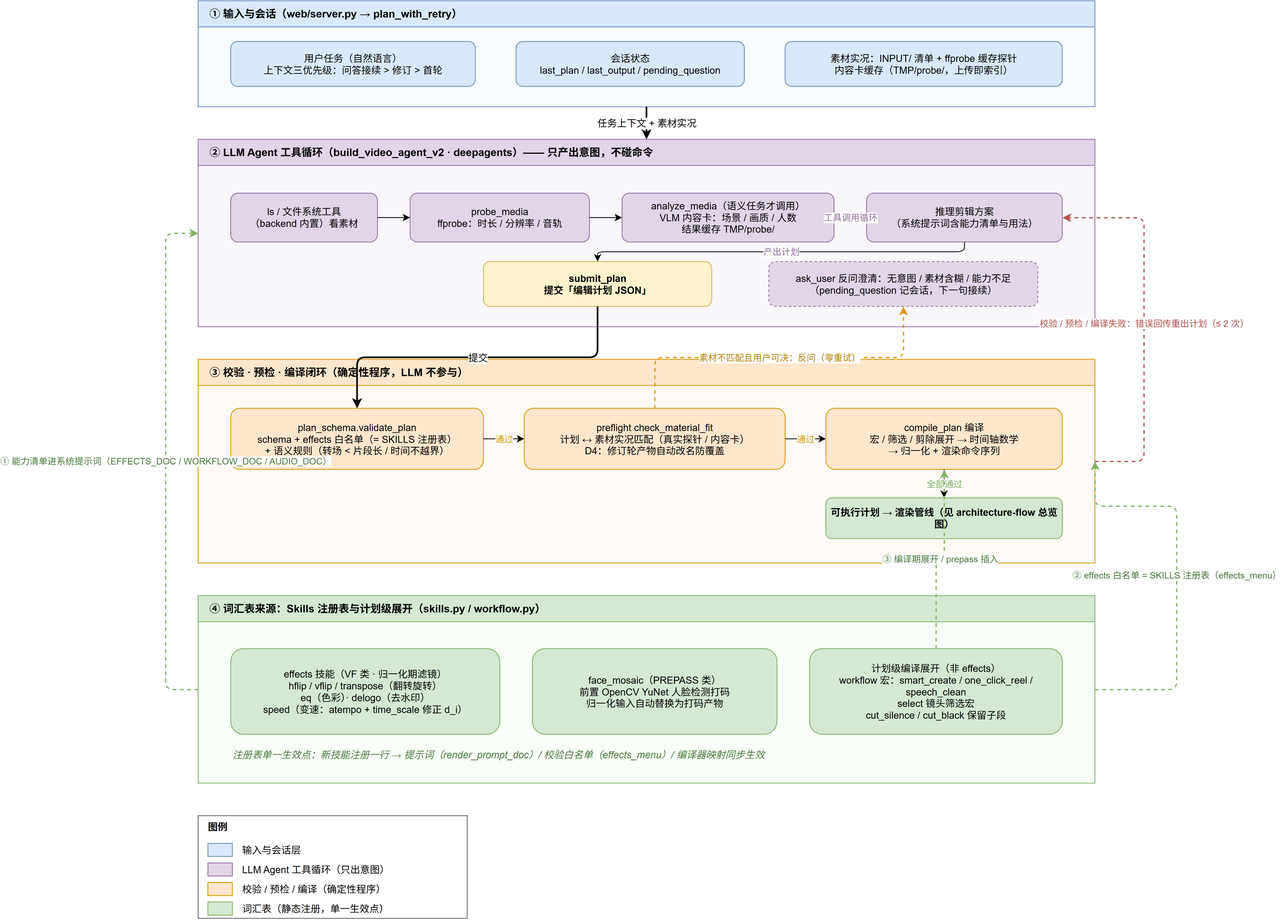
Before: docs/architecture-plan-generation.png, a diagram exported from draw.io (CoderPro-young/SmartTrimAgent-). Source tidied: cells renumbered, new cells last; positions are measured from the earlier drawing's top-left corner, leaving out a move shared by most shapes. The source it was exported from:
```xml
<mxGraphModel>
  <root>
    <mxCell id="0" />
    <mxCell id="1" parent="0" />
    <mxCell id="2" value="① 输入与会话（web/server.py → plan_with_retry）" style="swimlane;startSize=32;html=1;fillColor=#dae8fc;strokeColor=#6c8ebf;swimlaneFillColor=#f8fbff;fontStyle=1;fontSize=13;verticalAlign=middle;align=left;spacingLeft=12;" parent="1" vertex="1">
      <mxGeometry x="40" width="1100" height="130" as="geometry" />
    </mxCell>
    <mxCell id="3" value="用户任务（自然语言）&#10;上下文三优先级：问答接续 &gt; 修订 &gt; 首轮" style="rounded=1;whiteSpace=wrap;html=1;fillColor=#dae8fc;strokeColor=#6c8ebf;fontSize=12;" parent="2" vertex="1">
      <mxGeometry x="40" y="50" width="300" height="55" as="geometry" />
    </mxCell>
    <mxCell id="4" value="会话状态&#10;last_plan / last_output / pending_question" style="rounded=1;whiteSpace=wrap;html=1;fillColor=#dae8fc;strokeColor=#6c8ebf;fontSize=12;" parent="2" vertex="1">
      <mxGeometry x="390" y="50" width="280" height="55" as="geometry" />
    </mxCell>
    <mxCell id="5" value="素材实况：INPUT/ 清单 + ffprobe 缓存探针&#10;内容卡缓存（TMP/probe/，上传即索引）" style="rounded=1;whiteSpace=wrap;html=1;fillColor=#dae8fc;strokeColor=#6c8ebf;fontSize=12;" parent="2" vertex="1">
      <mxGeometry x="720" y="50" width="340" height="55" as="geometry" />
    </mxCell>
    <mxCell id="6" value="② LLM Agent 工具循环（build_video_agent_v2 · deepagents）—— 只产出意图，不碰命令" style="swimlane;startSize=32;html=1;fillColor=#e1d5e7;strokeColor=#9673a6;swimlaneFillColor=#faf7fc;fontStyle=1;fontSize=13;verticalAlign=middle;align=left;spacingLeft=12;" parent="1" vertex="1">
      <mxGeometry x="40" y="170" width="1100" height="230" as="geometry" />
    </mxCell>
    <mxCell id="7" value="ls / 文件系统工具&#10;（backend 内置）看素材" style="rounded=1;whiteSpace=wrap;html=1;fillColor=#e1d5e7;strokeColor=#9673a6;fontSize=12;" parent="6" vertex="1">
      <mxGeometry x="40" y="66" width="180" height="60" as="geometry" />
    </mxCell>
    <mxCell id="8" value="probe_media&#10;ffprobe：时长 / 分辨率 / 音轨" style="rounded=1;whiteSpace=wrap;html=1;fillColor=#e1d5e7;strokeColor=#9673a6;fontSize=12;" parent="6" vertex="1">
      <mxGeometry x="260" y="66" width="220" height="60" as="geometry" />
    </mxCell>
    <mxCell id="9" value="analyze_media（语义任务才调用）&#10;VLM 内容卡：场景 / 画质 / 人数&#10;结果缓存 TMP/probe/" style="rounded=1;whiteSpace=wrap;html=1;fillColor=#e1d5e7;strokeColor=#9673a6;fontSize=12;" parent="6" vertex="1">
      <mxGeometry x="520" y="66" width="260" height="60" as="geometry" />
    </mxCell>
    <mxCell id="10" value="推理剪辑方案&#10;（系统提示词含能力清单与用法）" style="rounded=1;whiteSpace=wrap;html=1;fillColor=#e1d5e7;strokeColor=#9673a6;fontSize=12;" parent="6" vertex="1">
      <mxGeometry x="820" y="66" width="240" height="60" as="geometry" />
    </mxCell>
    <mxCell id="11" value="submit_plan&#10;提交「编辑计划 JSON」" style="rounded=1;whiteSpace=wrap;html=1;fillColor=#fff2cc;strokeColor=#d6b656;fontSize=12;fontStyle=1;" parent="6" vertex="1">
      <mxGeometry x="350" y="150" width="280" height="55" as="geometry" />
    </mxCell>
    <mxCell id="12" value="ask_user 反问澄清：无意图 / 素材含糊 / 能力不足&#10;（pending_question 记会话，下一句接续）" style="rounded=1;whiteSpace=wrap;html=1;fillColor=#e1d5e7;strokeColor=#9673a6;fontSize=12;dashed=1;" parent="6" vertex="1">
      <mxGeometry x="700" y="150" width="330" height="55" as="geometry" />
    </mxCell>
    <mxCell id="13" value="③ 校验 · 预检 · 编译闭环（确定性程序，LLM 不参与）" style="swimlane;startSize=32;html=1;fillColor=#ffe6cc;strokeColor=#d79b00;swimlaneFillColor=#fffaf5;fontStyle=1;fontSize=13;verticalAlign=middle;align=left;spacingLeft=12;" parent="1" vertex="1">
      <mxGeometry x="40" y="440" width="1100" height="250" as="geometry" />
    </mxCell>
    <mxCell id="14" value="plan_schema.validate_plan&#10;schema + effects 白名单（= SKILLS 注册表）&#10;+ 语义规则（转场 &lt; 片段长 / 时间不越界）" style="rounded=1;whiteSpace=wrap;html=1;fillColor=#ffe6cc;strokeColor=#d79b00;fontSize=12;" parent="13" vertex="1">
      <mxGeometry x="40" y="60" width="310" height="75" as="geometry" />
    </mxCell>
    <mxCell id="15" value="preflight check_material_fit&#10;计划 ↔ 素材实况匹配（真实探针 / 内容卡）&#10;D4：修订轮产物自动改名防覆盖" style="rounded=1;whiteSpace=wrap;html=1;fillColor=#ffe6cc;strokeColor=#d79b00;fontSize=12;" parent="13" vertex="1">
      <mxGeometry x="400" y="60" width="320" height="75" as="geometry" />
    </mxCell>
    <mxCell id="16" value="compile_plan 编译&#10;宏 / 筛选 / 剪除展开 → 时间轴数学&#10;→ 归一化 + 渲染命令序列" style="rounded=1;whiteSpace=wrap;html=1;fillColor=#ffe6cc;strokeColor=#d79b00;fontSize=12;" parent="13" vertex="1">
      <mxGeometry x="770" y="60" width="290" height="75" as="geometry" />
    </mxCell>
    <mxCell id="17" value="可执行计划 → 渲染管线（见 architecture-flow 总览图）" style="rounded=1;whiteSpace=wrap;html=1;fillColor=#d5e8d4;strokeColor=#82b366;fontSize=12;fontStyle=1;" parent="13" vertex="1">
      <mxGeometry x="770" y="170" width="290" height="50" as="geometry" />
    </mxCell>
    <mxCell id="18" value="④ 词汇表来源：Skills 注册表与计划级展开（skills.py / workflow.py）" style="swimlane;startSize=32;html=1;fillColor=#d5e8d4;strokeColor=#82b366;swimlaneFillColor=#f8fdf7;fontStyle=1;fontSize=13;verticalAlign=middle;align=left;spacingLeft=12;" parent="1" vertex="1">
      <mxGeometry x="40" y="730" width="1100" height="230" as="geometry" />
    </mxCell>
    <mxCell id="19" value="effects 技能（VF 类 · 归一化期滤镜）&#10;hflip / vflip / transpose（翻转旋转）&#10;eq（色彩）· delogo（去水印）&#10;speed（变速：atempo + time_scale 修正 d_i）" style="rounded=1;whiteSpace=wrap;html=1;fillColor=#d5e8d4;strokeColor=#82b366;fontSize=12;" parent="18" vertex="1">
      <mxGeometry x="40" y="65" width="330" height="105" as="geometry" />
    </mxCell>
    <mxCell id="20" value="face_mosaic（PREPASS 类）&#10;前置 OpenCV YuNet 人脸检测打码&#10;归一化输入自动替换为打码产物" style="rounded=1;whiteSpace=wrap;html=1;fillColor=#d5e8d4;strokeColor=#82b366;fontSize=12;" parent="18" vertex="1">
      <mxGeometry x="410" y="65" width="300" height="105" as="geometry" />
    </mxCell>
    <mxCell id="21" value="计划级编译展开（非 effects）&#10;workflow 宏：smart_create / one_click_reel / speech_clean&#10;select 镜头筛选宏&#10;cut_silence / cut_black 保留子段" style="rounded=1;whiteSpace=wrap;html=1;fillColor=#d5e8d4;strokeColor=#82b366;fontSize=12;" parent="18" vertex="1">
      <mxGeometry x="750" y="65" width="310" height="105" as="geometry" />
    </mxCell>
    <mxCell id="22" value="注册表单一生效点：新技能注册一行 → 提示词（render_prompt_doc）/ 校验白名单（effects_menu）/ 编译器映射同步生效" style="text;html=1;align=left;verticalAlign=middle;fontSize=12;fontStyle=2;fontColor=#4d7d43;" parent="18" vertex="1">
      <mxGeometry x="40" y="180" width="1020" height="30" as="geometry" />
    </mxCell>
    <mxCell id="23" style="edgeStyle=orthogonalEdgeStyle;rounded=1;jettySize=auto;html=1;exitX=1;exitY=0.5;exitDx=0;exitDy=0;entryX=0;entryY=0.5;entryDx=0;entryDy=0;" parent="1" edge="1" source="7" target="8">
      <mxGeometry relative="1" as="geometry" />
    </mxCell>
    <mxCell id="24" style="edgeStyle=orthogonalEdgeStyle;rounded=1;jettySize=auto;html=1;exitX=1;exitY=0.5;exitDx=0;exitDy=0;entryX=0;entryY=0.5;entryDx=0;entryDy=0;" parent="1" edge="1" source="8" target="9">
      <mxGeometry relative="1" as="geometry" />
    </mxCell>
    <mxCell id="25" value="工具调用循环" style="edgeStyle=orthogonalEdgeStyle;rounded=1;jettySize=auto;html=1;exitX=1;exitY=0.5;exitDx=0;exitDy=0;entryX=0;entryY=0.5;entryDx=0;entryDy=0;fontSize=11;fontColor=#9673a6;" parent="1" edge="1" source="9" target="10">
      <mxGeometry relative="1" as="geometry" />
    </mxCell>
    <mxCell id="26" value="产出计划" style="edgeStyle=orthogonalEdgeStyle;rounded=1;jettySize=auto;html=1;exitX=0.5;exitY=1;exitDx=0;exitDy=0;entryX=0.5;entryY=0;entryDx=0;entryDy=0;fontSize=11;fontColor=#9673a6;" parent="1" edge="1" source="10" target="11">
      <mxGeometry relative="1" as="geometry">
        <Array as="points">
          <mxPoint x="980" y="308" />
          <mxPoint x="530" y="308" />
        </Array>
      </mxGeometry>
    </mxCell>
    <mxCell id="27" value="任务上下文 + 素材实况" style="edgeStyle=orthogonalEdgeStyle;rounded=1;jettySize=auto;html=1;exitX=0.5;exitY=1;exitDx=0;exitDy=0;entryX=0.5;entryY=0;entryDx=0;entryDy=0;fontSize=12;strokeWidth=2;" parent="1" edge="1" source="2" target="6">
      <mxGeometry relative="1" as="geometry" />
    </mxCell>
    <mxCell id="28" value="提交" style="edgeStyle=orthogonalEdgeStyle;rounded=1;jettySize=auto;html=1;exitX=0.5;exitY=1;exitDx=0;exitDy=0;entryX=0.5;entryY=0;entryDx=0;entryDy=0;fontSize=12;strokeWidth=2;" parent="1" edge="1" source="11" target="14">
      <mxGeometry relative="1" as="geometry" />
    </mxCell>
    <mxCell id="29" value="通过" style="edgeStyle=orthogonalEdgeStyle;rounded=1;jettySize=auto;html=1;exitX=1;exitY=0.5;exitDx=0;exitDy=0;entryX=0;entryY=0.5;entryDx=0;entryDy=0;fontSize=11;fontColor=#d79b00;" parent="1" edge="1" source="14" target="15">
      <mxGeometry relative="1" as="geometry" />
    </mxCell>
    <mxCell id="30" value="通过" style="edgeStyle=orthogonalEdgeStyle;rounded=1;jettySize=auto;html=1;exitX=1;exitY=0.5;exitDx=0;exitDy=0;entryX=0;entryY=0.5;entryDx=0;entryDy=0;fontSize=11;fontColor=#d79b00;" parent="1" edge="1" source="15" target="16">
      <mxGeometry relative="1" as="geometry" />
    </mxCell>
    <mxCell id="31" value="全部通过" style="edgeStyle=orthogonalEdgeStyle;rounded=1;jettySize=auto;html=1;exitX=0.5;exitY=1;exitDx=0;exitDy=0;entryX=0.5;entryY=0;entryDx=0;entryDy=0;fontSize=11;fontColor=#82b366;" parent="1" edge="1" source="16" target="17">
      <mxGeometry relative="1" as="geometry" />
    </mxCell>
    <mxCell id="32" value="校验 / 预检 / 编译失败：错误回传重出计划（≤ 2 次）" style="edgeStyle=orthogonalEdgeStyle;rounded=1;jettySize=auto;html=1;exitX=1;exitY=0.5;exitDx=0;exitDy=0;entryX=1;entryY=0.5;entryDx=0;entryDy=0;dashed=1;strokeColor=#b85450;fontColor=#b85450;fontSize=11;strokeWidth=1.5;" parent="1" edge="1" source="13" target="10">
      <mxGeometry relative="1" as="geometry">
        <Array as="points">
          <mxPoint x="1200" y="565" />
          <mxPoint x="1200" y="266" />
        </Array>
      </mxGeometry>
    </mxCell>
    <mxCell id="33" value="素材不匹配且用户可决：反问（零重试）" style="edgeStyle=orthogonalEdgeStyle;rounded=1;jettySize=auto;html=1;exitX=0.5;exitY=0;exitDx=0;exitDy=0;entryX=0.5;entryY=1;entryDx=0;entryDy=0;dashed=1;strokeColor=#d79b00;fontColor=#b8860b;fontSize=11;strokeWidth=1.5;" parent="1" edge="1" source="15" target="12">
      <mxGeometry relative="1" as="geometry" />
    </mxCell>
    <mxCell id="34" value="① 能力清单进系统提示词（EFFECTS_DOC / WORKFLOW_DOC / AUDIO_DOC）" style="edgeStyle=orthogonalEdgeStyle;rounded=1;jettySize=auto;html=1;exitX=0;exitY=0.5;exitDx=0;exitDy=0;entryX=0;entryY=0.5;entryDx=0;entryDy=0;dashed=1;strokeColor=#82b366;fontColor=#4d7d43;fontSize=11;strokeWidth=1.5;" parent="1" edge="1" source="18" target="6">
      <mxGeometry relative="1" as="geometry">
        <Array as="points">
          <mxPoint y="845" />
          <mxPoint y="285" />
        </Array>
      </mxGeometry>
    </mxCell>
    <mxCell id="35" value="② effects 白名单 = SKILLS 注册表（effects_menu）" style="edgeStyle=orthogonalEdgeStyle;rounded=1;jettySize=auto;html=1;exitX=1;exitY=0.5;exitDx=0;exitDy=0;entryX=1;entryY=0.5;entryDx=0;entryDy=0;dashed=1;strokeColor=#82b366;fontColor=#4d7d43;fontSize=11;strokeWidth=1.5;" parent="1" edge="1" source="18" target="13">
      <mxGeometry relative="1" as="geometry">
        <Array as="points">
          <mxPoint x="1240" y="845" />
          <mxPoint x="1240" y="620" />
        </Array>
      </mxGeometry>
    </mxCell>
    <mxCell id="36" value="③ 编译期展开 / prepass 插入" style="edgeStyle=orthogonalEdgeStyle;rounded=1;jettySize=auto;html=1;exitX=0.5;exitY=0;exitDx=0;exitDy=0;entryX=0.5;entryY=1;entryDx=0;entryDy=0;dashed=1;strokeColor=#82b366;fontColor=#4d7d43;fontSize=11;strokeWidth=1.5;" parent="1" edge="1" source="21" target="16">
      <mxGeometry relative="1" as="geometry" />
    </mxCell>
    <mxCell id="37" value="图例" style="rounded=0;whiteSpace=wrap;html=1;fillColor=none;strokeColor=#666666;verticalAlign=top;fontStyle=1;fontSize=12;align=left;spacingLeft=10;" parent="1" vertex="1">
      <mxGeometry x="40" y="1000" width="330" height="126" as="geometry" />
    </mxCell>
    <mxCell id="38" style="rounded=0;html=1;fillColor=#dae8fc;strokeColor=#6c8ebf;" parent="37" vertex="1">
      <mxGeometry x="12" y="34" width="30" height="16" as="geometry" />
    </mxCell>
    <mxCell id="39" value="输入与会话层" style="text;html=1;align=left;verticalAlign=middle;fontSize=12;" parent="37" vertex="1">
      <mxGeometry x="52" y="32" width="260" height="20" as="geometry" />
    </mxCell>
    <mxCell id="40" style="rounded=0;html=1;fillColor=#e1d5e7;strokeColor=#9673a6;" parent="37" vertex="1">
      <mxGeometry x="12" y="58" width="30" height="16" as="geometry" />
    </mxCell>
    <mxCell id="41" value="LLM Agent 工具循环（只出意图）" style="text;html=1;align=left;verticalAlign=middle;fontSize=12;" parent="37" vertex="1">
      <mxGeometry x="52" y="56" width="260" height="20" as="geometry" />
    </mxCell>
    <mxCell id="42" style="rounded=0;html=1;fillColor=#ffe6cc;strokeColor=#d79b00;" parent="37" vertex="1">
      <mxGeometry x="12" y="82" width="30" height="16" as="geometry" />
    </mxCell>
    <mxCell id="43" value="校验 / 预检 / 编译（确定性程序）" style="text;html=1;align=left;verticalAlign=middle;fontSize=12;" parent="37" vertex="1">
      <mxGeometry x="52" y="80" width="260" height="20" as="geometry" />
    </mxCell>
    <mxCell id="44" style="rounded=0;html=1;fillColor=#d5e8d4;strokeColor=#82b366;" parent="37" vertex="1">
      <mxGeometry x="12" y="106" width="30" height="16" as="geometry" />
    </mxCell>
    <mxCell id="45" value="词汇表（静态注册，单一生效点）" style="text;html=1;align=left;verticalAlign=middle;fontSize=12;" parent="37" vertex="1">
      <mxGeometry x="52" y="104" width="260" height="20" as="geometry" />
    </mxCell>
  </root>
</mxGraphModel>
```
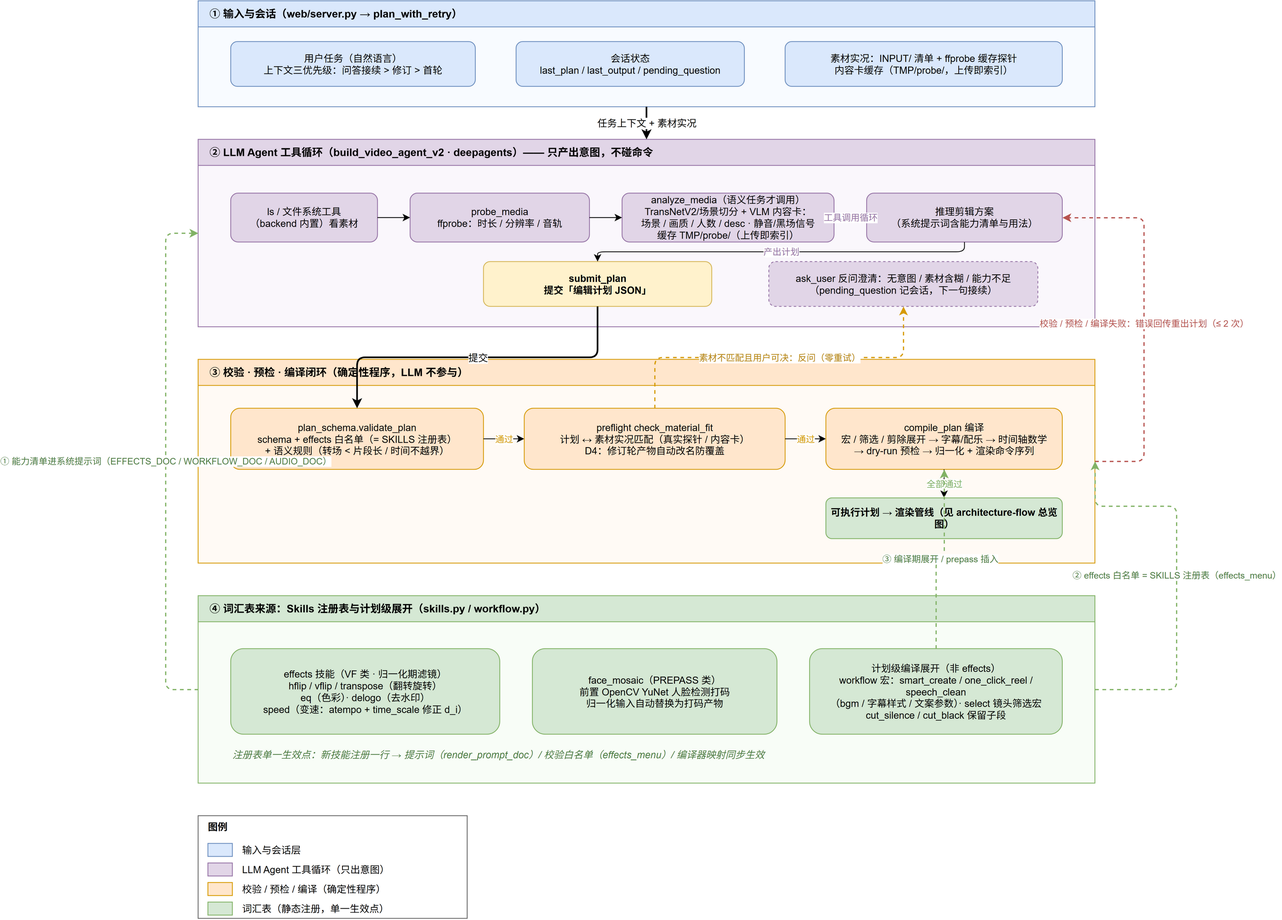
Above is the later version.

What changed in the source:
```diff
@@ -23,7 +23,7 @@
     <mxCell id="8" value="probe_media&#10;ffprobe：时长 / 分辨率 / 音轨" style="rounded=1;whiteSpace=wrap;html=1;fillColor=#e1d5e7;strokeColor=#9673a6;fontSize=12;" parent="6" vertex="1">
       <mxGeometry x="260" y="66" width="220" height="60" as="geometry" />
     </mxCell>
-    <mxCell id="9" value="analyze_media（语义任务才调用）&#10;VLM 内容卡：场景 / 画质 / 人数&#10;结果缓存 TMP/probe/" style="rounded=1;whiteSpace=wrap;html=1;fillColor=#e1d5e7;strokeColor=#9673a6;fontSize=12;" parent="6" vertex="1">
+    <mxCell id="9" value="analyze_media（语义任务才调用）&#10;TransNetV2/场景切分 + VLM 内容卡：&#10;场景 / 画质 / 人数 / desc · 静音/黑场信号&#10;缓存 TMP/probe/（上传即索引）" style="rounded=1;whiteSpace=wrap;html=1;fillColor=#e1d5e7;strokeColor=#9673a6;fontSize=12;" parent="6" vertex="1">
       <mxGeometry x="520" y="66" width="260" height="60" as="geometry" />
     </mxCell>
     <mxCell id="10" value="推理剪辑方案&#10;（系统提示词含能力清单与用法）" style="rounded=1;whiteSpace=wrap;html=1;fillColor=#e1d5e7;strokeColor=#9673a6;fontSize=12;" parent="6" vertex="1">
@@ -44,7 +44,7 @@
     <mxCell id="15" value="preflight check_material_fit&#10;计划 ↔ 素材实况匹配（真实探针 / 内容卡）&#10;D4：修订轮产物自动改名防覆盖" style="rounded=1;whiteSpace=wrap;html=1;fillColor=#ffe6cc;strokeColor=#d79b00;fontSize=12;" parent="13" vertex="1">
       <mxGeometry x="400" y="60" width="320" height="75" as="geometry" />
     </mxCell>
-    <mxCell id="16" value="compile_plan 编译&#10;宏 / 筛选 / 剪除展开 → 时间轴数学&#10;→ 归一化 + 渲染命令序列" style="rounded=1;whiteSpace=wrap;html=1;fillColor=#ffe6cc;strokeColor=#d79b00;fontSize=12;" parent="13" vertex="1">
+    <mxCell id="16" value="compile_plan 编译&#10;宏 / 筛选 / 剪除展开 → 字幕/配乐 → 时间轴数学&#10;→ dry-run 预检 → 归一化 + 渲染命令序列" style="rounded=1;whiteSpace=wrap;html=1;fillColor=#ffe6cc;strokeColor=#d79b00;fontSize=12;" parent="13" vertex="1">
       <mxGeometry x="770" y="60" width="290" height="75" as="geometry" />
     </mxCell>
     <mxCell id="17" value="可执行计划 → 渲染管线（见 architecture-flow 总览图）" style="rounded=1;whiteSpace=wrap;html=1;fillColor=#d5e8d4;strokeColor=#82b366;fontSize=12;fontStyle=1;" parent="13" vertex="1">
@@ -59,7 +59,7 @@
     <mxCell id="20" value="face_mosaic（PREPASS 类）&#10;前置 OpenCV YuNet 人脸检测打码&#10;归一化输入自动替换为打码产物" style="rounded=1;whiteSpace=wrap;html=1;fillColor=#d5e8d4;strokeColor=#82b366;fontSize=12;" parent="18" vertex="1">
       <mxGeometry x="410" y="65" width="300" height="105" as="geometry" />
     </mxCell>
-    <mxCell id="21" value="计划级编译展开（非 effects）&#10;workflow 宏：smart_create / one_click_reel / speech_clean&#10;select 镜头筛选宏&#10;cut_silence / cut_black 保留子段" style="rounded=1;whiteSpace=wrap;html=1;fillColor=#d5e8d4;strokeColor=#82b366;fontSize=12;" parent="18" vertex="1">
+    <mxCell id="21" value="计划级编译展开（非 effects）&#10;workflow 宏：smart_create / one_click_reel / speech_clean&#10;（bgm / 字幕样式 / 文案参数）· select 镜头筛选宏&#10;cut_silence / cut_black 保留子段" style="rounded=1;whiteSpace=wrap;html=1;fillColor=#d5e8d4;strokeColor=#82b366;fontSize=12;" parent="18" vertex="1">
       <mxGeometry x="750" y="65" width="310" height="105" as="geometry" />
     </mxCell>
     <mxCell id="22" value="注册表单一生效点：新技能注册一行 → 提示词（render_prompt_doc）/ 校验白名单（effects_menu）/ 编译器映射同步生效" style="text;html=1;align=left;verticalAlign=middle;fontSize=12;fontStyle=2;fontColor=#4d7d43;" parent="18" vertex="1">
```
